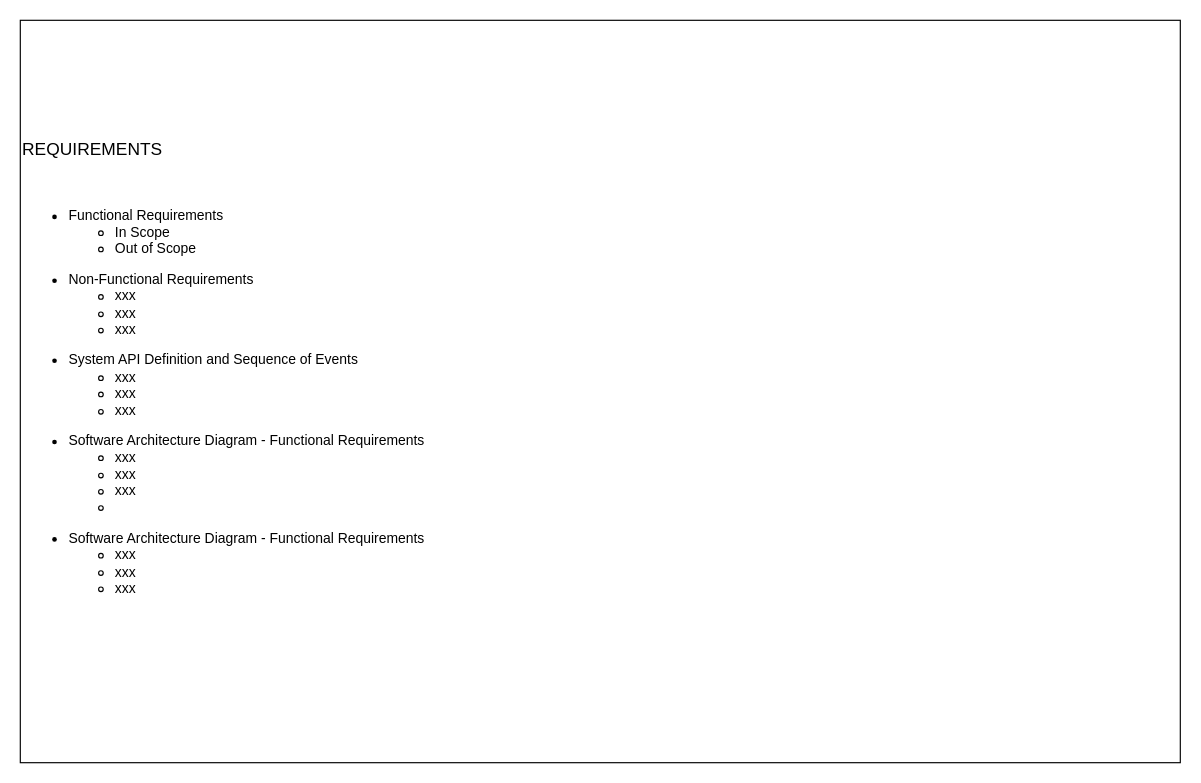
This is page "Requirements" (1 of 8) of resources/Untitled Diagram.drawio from wwcollins/_technical_profile, a draw.io file, before an edit. Source tidied: cells renumbered, new cells numbered last; positions are measured from the earlier drawing's top-left corner, leaving out a move shared by most shapes. Both pictures are drawn from the tidied source at 116%, with x=0, y=0 at pixel (20, 20).
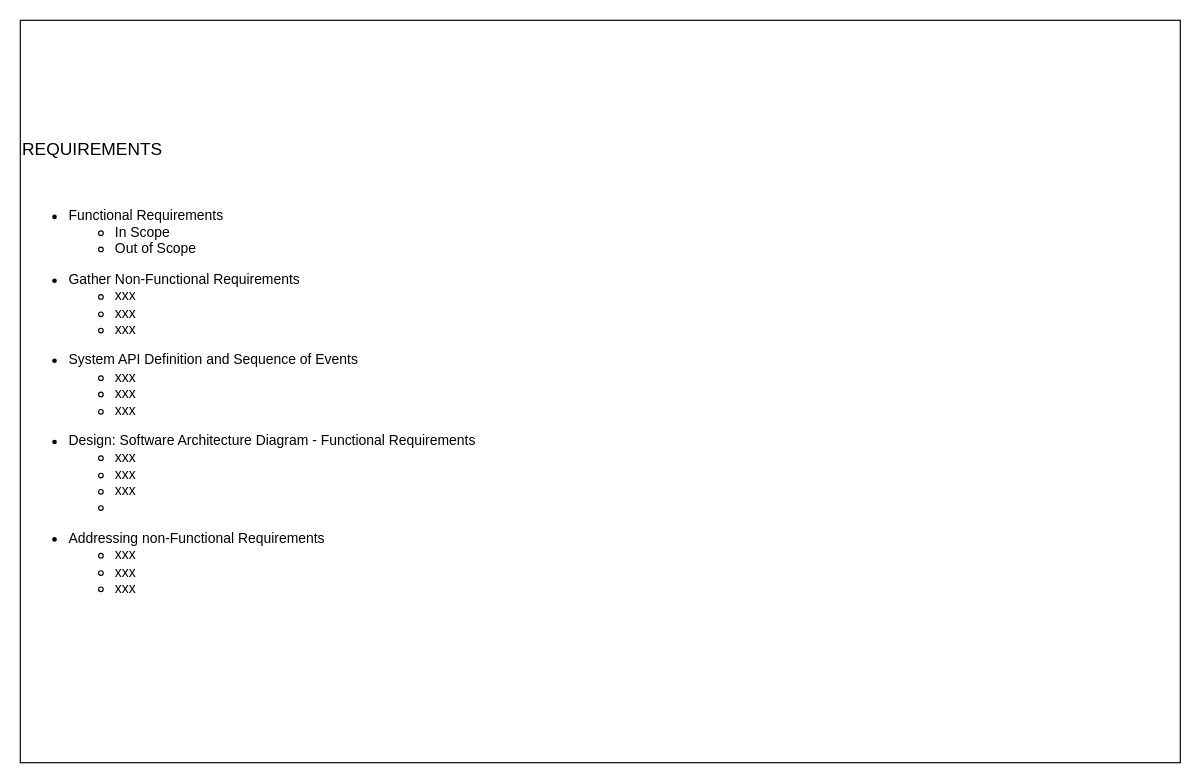
After the change.

The edit, as a diff of the source:
```diff
@@
 <mxGraphModel>
   <root>
     <mxCell id="0" />
     <mxCell id="1" parent="0" />
-    <mxCell id="2" value="&lt;span style=&quot;background-color: initial;&quot;&gt;&lt;font style=&quot;font-size: 15px;&quot;&gt;REQUIREMENTS&lt;/font&gt;&lt;/span&gt;&lt;br&gt;&lt;br&gt;&lt;br&gt;&lt;ul&gt;&lt;li&gt;Functional Requirements&lt;/li&gt;&lt;ul&gt;&lt;li&gt;In Scope&lt;/li&gt;&lt;li&gt;Out of Scope&lt;/li&gt;&lt;/ul&gt;&lt;/ul&gt;&lt;ul&gt;&lt;li&gt;Non-Functional Requirements&lt;/li&gt;&lt;ul&gt;&lt;li&gt;xxx&lt;/li&gt;&lt;li&gt;xxx&lt;/li&gt;&lt;li&gt;xxx&lt;/li&gt;&lt;/ul&gt;&lt;/ul&gt;&lt;ul&gt;&lt;li&gt;System API Definition and Sequence of Events&lt;/li&gt;&lt;ul&gt;&lt;li&gt;xxx&lt;/li&gt;&lt;li&gt;xxx&lt;/li&gt;&lt;li&gt;xxx&lt;/li&gt;&lt;/ul&gt;&lt;/ul&gt;&lt;div&gt;&lt;ul&gt;&lt;li&gt;Software Architecture Diagram - Functional Requirements&lt;/li&gt;&lt;ul&gt;&lt;li&gt;xxx&lt;/li&gt;&lt;li&gt;xxx&lt;/li&gt;&lt;li&gt;xxx&lt;/li&gt;&lt;li&gt;&lt;br&gt;&lt;/li&gt;&lt;/ul&gt;&lt;/ul&gt;&lt;/div&gt;&lt;div&gt;&lt;ul&gt;&lt;li&gt;Software Architecture Diagram - Functional Requirements&lt;/li&gt;&lt;ul&gt;&lt;li&gt;xxx&lt;/li&gt;&lt;li&gt;xxx&lt;/li&gt;&lt;li&gt;xxx&lt;/li&gt;&lt;/ul&gt;&lt;/ul&gt;&lt;/div&gt;&lt;br&gt;&lt;div&gt;&lt;br&gt;&lt;/div&gt;" style="rounded=0;whiteSpace=wrap;html=1;align=left;" parent="1" vertex="1">
+    <mxCell id="2" value="&lt;span style=&quot;background-color: initial;&quot;&gt;&lt;font style=&quot;font-size: 15px;&quot;&gt;REQUIREMENTS&lt;/font&gt;&lt;/span&gt;&lt;br&gt;&lt;br&gt;&lt;br&gt;&lt;ul&gt;&lt;li&gt;Functional Requirements&lt;/li&gt;&lt;ul&gt;&lt;li&gt;In Scope&lt;/li&gt;&lt;li&gt;Out of Scope&lt;/li&gt;&lt;/ul&gt;&lt;/ul&gt;&lt;ul&gt;&lt;li&gt;Gather Non-Functional Requirements&lt;/li&gt;&lt;ul&gt;&lt;li&gt;xxx&lt;/li&gt;&lt;li&gt;xxx&lt;/li&gt;&lt;li&gt;xxx&lt;/li&gt;&lt;/ul&gt;&lt;/ul&gt;&lt;ul&gt;&lt;li&gt;System API Definition and Sequence of Events&lt;/li&gt;&lt;ul&gt;&lt;li&gt;xxx&lt;/li&gt;&lt;li&gt;xxx&lt;/li&gt;&lt;li&gt;xxx&lt;/li&gt;&lt;/ul&gt;&lt;/ul&gt;&lt;div&gt;&lt;ul&gt;&lt;li&gt;Design: Software Architecture Diagram - Functional Requirements&lt;/li&gt;&lt;ul&gt;&lt;li&gt;xxx&lt;/li&gt;&lt;li&gt;xxx&lt;/li&gt;&lt;li&gt;xxx&lt;/li&gt;&lt;li&gt;&lt;br&gt;&lt;/li&gt;&lt;/ul&gt;&lt;/ul&gt;&lt;/div&gt;&lt;div&gt;&lt;ul&gt;&lt;li&gt;Addressing non-Functional Requirements&lt;/li&gt;&lt;ul&gt;&lt;li&gt;xxx&lt;/li&gt;&lt;li&gt;xxx&lt;/li&gt;&lt;li&gt;xxx&lt;/li&gt;&lt;/ul&gt;&lt;/ul&gt;&lt;/div&gt;&lt;br&gt;&lt;div&gt;&lt;br&gt;&lt;/div&gt;" style="rounded=0;whiteSpace=wrap;html=1;align=left;" parent="1" vertex="1">
       <mxGeometry width="1000" height="640" as="geometry" />
     </mxCell>
   </root>
 </mxGraphModel>
```
